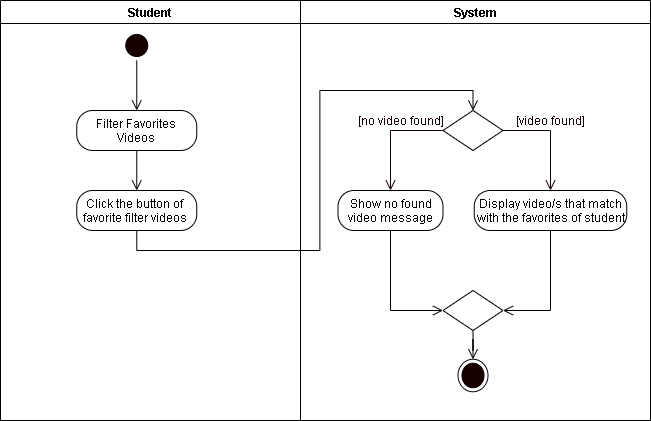
This is REVISIONS/UML-DIAGRAMS/6-9-2021/ACTIVITY DIAGRAM/12-Favorite Filter.png from mrklglsn/CAPSTONE-FILES, a draw.io export, as it was before one commit. Source tidied: cells renumbered, new cells last; positions are measured from the earlier drawing's top-left corner, leaving out a move shared by most shapes.
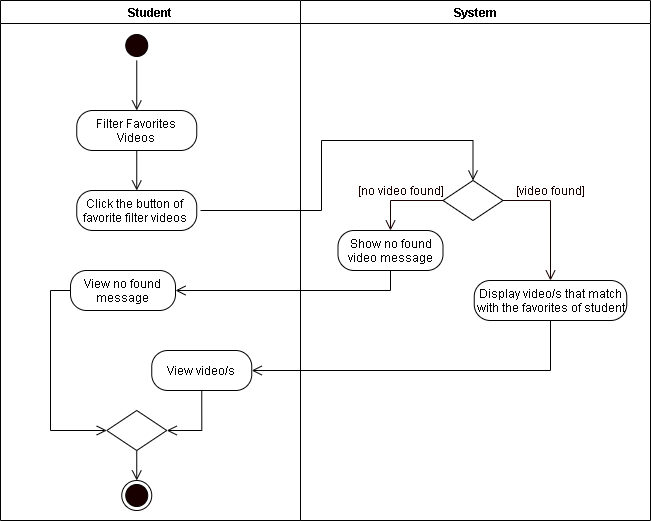
Later version of the same file.

What changed in the source:
```diff
@@ -3,7 +3,7 @@
     <mxCell id="0" />
     <mxCell id="1" parent="0" />
     <mxCell id="2" value="Student" style="swimlane;startSize=23;" parent="1" vertex="1">
-      <mxGeometry width="300" height="420" as="geometry" />
+      <mxGeometry width="300" height="520" as="geometry" />
     </mxCell>
     <mxCell id="3" style="edgeStyle=orthogonalEdgeStyle;rounded=0;jettySize=auto;html=1;exitX=0.5;exitY=1;exitDx=0;exitDy=0;entryX=0.5;entryY=0;entryDx=0;entryDy=0;endArrow=open;endFill=0;endSize=8;" parent="2" edge="1" source="4">
       <mxGeometry relative="1" as="geometry">
@@ -22,49 +22,70 @@
     <mxCell id="7" style="edgeStyle=orthogonalEdgeStyle;rounded=0;jettySize=auto;html=1;exitX=0.5;exitY=1;exitDx=0;exitDy=0;endArrow=open;endFill=0;endSize=8;entryX=0.5;entryY=0;entryDx=0;entryDy=0;" parent="2" edge="1" source="5" target="6">
       <mxGeometry relative="1" as="geometry" />
     </mxCell>
+    <mxCell id="22" style="edgeStyle=orthogonalEdgeStyle;rounded=0;jettySize=auto;html=1;exitX=0;exitY=0.5;exitDx=0;exitDy=0;entryX=0;entryY=0.5;entryDx=0;entryDy=0;endArrow=open;endFill=0;endSize=8;" parent="2" edge="1" source="23" target="27">
+      <mxGeometry relative="1" as="geometry" />
+    </mxCell>
+    <mxCell id="23" value="View no found message" style="rounded=1;whiteSpace=wrap;html=1;arcSize=40;" parent="2" vertex="1">
+      <mxGeometry x="70" y="270" width="105" height="40" as="geometry" />
+    </mxCell>
+    <mxCell id="24" style="edgeStyle=orthogonalEdgeStyle;rounded=0;jettySize=auto;html=1;exitX=0.5;exitY=1;exitDx=0;exitDy=0;entryX=1;entryY=0.5;entryDx=0;entryDy=0;endArrow=open;endFill=0;endSize=8;" parent="2" edge="1" source="25" target="27">
+      <mxGeometry relative="1" as="geometry" />
+    </mxCell>
+    <mxCell id="25" value="View video/s" style="rounded=1;whiteSpace=wrap;html=1;arcSize=40;" parent="2" vertex="1">
+      <mxGeometry x="151.2" y="350" width="100" height="40" as="geometry" />
+    </mxCell>
+    <mxCell id="26" style="edgeStyle=orthogonalEdgeStyle;rounded=0;jettySize=auto;html=1;exitX=0.5;exitY=1;exitDx=0;exitDy=0;entryX=0.5;entryY=0;entryDx=0;entryDy=0;endArrow=open;endFill=0;endSize=8;" parent="2" edge="1" source="27" target="28">
+      <mxGeometry relative="1" as="geometry" />
+    </mxCell>
+    <mxCell id="27" style="rhombus;whiteSpace=wrap;html=1;" parent="2" vertex="1">
+      <mxGeometry x="106.2" y="410" width="60" height="40" as="geometry" />
+    </mxCell>
+    <mxCell id="28" style="ellipse;html=1;shape=endState;fillColor=#190000;" parent="2" vertex="1">
+      <mxGeometry x="121.2" y="480" width="30" height="30" as="geometry" />
+    </mxCell>
     <mxCell id="8" value="System" style="swimlane;" parent="1" vertex="1">
-      <mxGeometry x="300" width="350" height="420" as="geometry" />
+      <mxGeometry x="300" width="350" height="520" as="geometry" />
     </mxCell>
     <mxCell id="9" style="rhombus;whiteSpace=wrap;html=1;" parent="8" vertex="1">
-      <mxGeometry x="142.5" y="110" width="60" height="40" as="geometry" />
+      <mxGeometry x="142.5" y="180" width="60" height="40" as="geometry" />
     </mxCell>
     <mxCell id="10" value="&lt;font color=&quot;#190000&quot;&gt;[video found]&lt;/font&gt;" style="text;html=1;align=center;verticalAlign=middle;strokeColor=none;fontColor=#FFFFFF;" parent="8" vertex="1">
-      <mxGeometry x="210" y="110" width="80" height="20" as="geometry" />
+      <mxGeometry x="210" y="180" width="80" height="20" as="geometry" />
     </mxCell>
     <mxCell id="11" value="&lt;font color=&quot;#190000&quot;&gt;[no video found]&lt;/font&gt;" style="text;html=1;align=center;verticalAlign=middle;strokeColor=none;fontColor=#FFFFFF;" parent="8" vertex="1">
-      <mxGeometry x="50" y="110" width="100" height="20" as="geometry" />
+      <mxGeometry x="50" y="180" width="100" height="20" as="geometry" />
     </mxCell>
     <mxCell id="12" value="Show no found video message" style="rounded=1;whiteSpace=wrap;html=1;arcSize=40;" parent="8" vertex="1">
-      <mxGeometry x="37.5" y="190" width="105" height="40" as="geometry" />
+      <mxGeometry x="37.5" y="230" width="105" height="40" as="geometry" />
     </mxCell>
-    <mxCell id="13" style="edgeStyle=orthogonalEdgeStyle;rounded=0;jettySize=auto;html=1;exitX=0.5;exitY=1;exitDx=0;exitDy=0;entryX=1;entryY=0.5;entryDx=0;entryDy=0;endArrow=open;endFill=0;endSize=8;" parent="8" edge="1" source="14" target="18">
-      <mxGeometry relative="1" as="geometry" />
-    </mxCell>
     <mxCell id="14" value="Display video/s that match with the favorites of student" style="rounded=1;whiteSpace=wrap;html=1;arcSize=40;" parent="8" vertex="1">
-      <mxGeometry x="173.8" y="190" width="152.5" height="40" as="geometry" />
+      <mxGeometry x="173.8" y="280" width="152.5" height="40" as="geometry" />
     </mxCell>
-    <mxCell id="15" style="edgeStyle=orthogonalEdgeStyle;rounded=0;jettySize=auto;html=1;exitX=0;exitY=0.5;exitDx=0;exitDy=0;fontColor=#FFFFFF;endArrow=open;endFill=0;endSize=8;strokeColor=#190000;entryX=0.5;entryY=0;entryDx=0;entryDy=0;" parent="8" edge="1" source="9">
+    <mxCell id="15" style="edgeStyle=orthogonalEdgeStyle;rounded=0;jettySize=auto;html=1;exitX=0;exitY=0.5;exitDx=0;exitDy=0;fontColor=#FFFFFF;endArrow=open;endFill=0;endSize=8;strokeColor=#190000;" parent="8" edge="1" source="9">
       <mxGeometry relative="1" as="geometry">
-        <mxPoint x="90" y="190" as="targetPoint" />
+        <mxPoint x="90" y="230" as="targetPoint" />
       </mxGeometry>
     </mxCell>
-    <mxCell id="16" style="edgeStyle=orthogonalEdgeStyle;rounded=0;jettySize=auto;html=1;exitX=1;exitY=0.5;exitDx=0;exitDy=0;fontColor=#FFFFFF;endArrow=open;endFill=0;endSize=8;strokeColor=#190000;entryX=0.5;entryY=0;entryDx=0;entryDy=0;" parent="8" edge="1" source="9" target="14">
-      <mxGeometry relative="1" as="geometry" />
+    <mxCell id="16" style="edgeStyle=orthogonalEdgeStyle;rounded=0;jettySize=auto;html=1;exitX=1;exitY=0.5;exitDx=0;exitDy=0;fontColor=#FFFFFF;endArrow=open;endFill=0;endSize=8;strokeColor=#190000;" parent="8" edge="1" source="9">
+      <mxGeometry relative="1" as="geometry">
+        <mxPoint x="250" y="280" as="targetPoint" />
+      </mxGeometry>
     </mxCell>
-    <mxCell id="17" style="edgeStyle=orthogonalEdgeStyle;rounded=0;jettySize=auto;html=1;exitX=0.5;exitY=1;exitDx=0;exitDy=0;endArrow=open;endFill=0;endSize=8;" parent="8" edge="1" source="18" target="20">
-      <mxGeometry relative="1" as="geometry" />
-    </mxCell>
-    <mxCell id="18" style="rhombus;whiteSpace=wrap;html=1;" parent="8" vertex="1">
-      <mxGeometry x="142.5" y="290" width="60" height="40" as="geometry" />
-    </mxCell>
-    <mxCell id="19" style="edgeStyle=orthogonalEdgeStyle;rounded=0;jettySize=auto;html=1;exitX=0.5;exitY=1;exitDx=0;exitDy=0;entryX=0;entryY=0.5;entryDx=0;entryDy=0;endArrow=open;endFill=0;endSize=8;" parent="8" edge="1" source="12" target="18">
-      <mxGeometry relative="1" as="geometry" />
-    </mxCell>
-    <mxCell id="20" style="ellipse;html=1;shape=endState;fillColor=#190000;direction=south;" parent="8" vertex="1">
-      <mxGeometry x="157.5" y="358.8" width="30" height="32.5" as="geometry" />
-    </mxCell>
-    <mxCell id="21" style="edgeStyle=orthogonalEdgeStyle;rounded=0;jettySize=auto;html=1;exitX=0.5;exitY=1;exitDx=0;exitDy=0;endArrow=open;endFill=0;endSize=8;entryX=0.5;entryY=0;entryDx=0;entryDy=0;" parent="1" edge="1" source="6" target="9">
-      <mxGeometry relative="1" as="geometry" />
+    <mxCell id="21" style="edgeStyle=orthogonalEdgeStyle;rounded=0;jettySize=auto;html=1;endArrow=open;endFill=0;endSize=8;entryX=0.5;entryY=0;entryDx=0;entryDy=0;" parent="1" edge="1" target="9">
+      <mxGeometry relative="1" as="geometry">
+        <mxPoint x="200" y="210" as="sourcePoint" />
+        <Array as="points">
+          <mxPoint x="321" y="210" />
+          <mxPoint x="321" y="140" />
+          <mxPoint x="473" y="140" />
+        </Array>
+      </mxGeometry>
     </mxCell>
+    <mxCell id="29" style="edgeStyle=orthogonalEdgeStyle;rounded=0;jettySize=auto;html=1;exitX=0.5;exitY=1;exitDx=0;exitDy=0;endArrow=open;endFill=0;endSize=8;entryX=1;entryY=0.5;entryDx=0;entryDy=0;" parent="1" edge="1" source="12" target="23">
+      <mxGeometry relative="1" as="geometry" />
+    </mxCell>
+    <mxCell id="13" style="edgeStyle=orthogonalEdgeStyle;rounded=0;jettySize=auto;html=1;exitX=0.5;exitY=1;exitDx=0;exitDy=0;entryX=1;entryY=0.5;entryDx=0;entryDy=0;endArrow=open;endFill=0;endSize=8;" parent="1" edge="1" source="14" target="25">
+      <mxGeometry relative="1" as="geometry" />
+    </mxCell>
   </root>
 </mxGraphModel>
```
